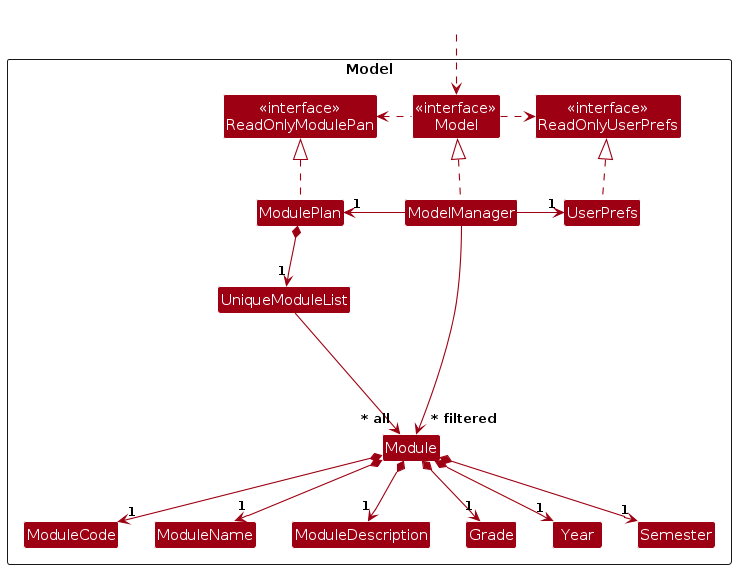
Before: diagrams/ModelClassDiagram.png, a diagram exported from PlantUML (AY2324S1-CS2103T-T13-0/tp). Its source is kept beside it as diagrams/ModelClassDiagram.puml. The source it was exported from:
```plantuml
@startuml
!include style.puml
skinparam arrowThickness 1.1
skinparam arrowColor MODEL_COLOR
skinparam classBackgroundColor MODEL_COLOR

Package Model as ModelPackage <<Rectangle>>{
Class "<<interface>>\nReadOnlyModulePan" as ReadOnlyModulePlan
Class "<<interface>>\nReadOnlyUserPrefs" as ReadOnlyUserPrefs
Class "<<interface>>\nModel" as Model
Class ModulePlan
Class ModelManager
Class UserPrefs

Class UniqueModuleList
Class Module
Class ModuleDescription
Class Grade
Class ModuleCode
Class ModuleName
Class Year
Class Semester

Class I #FFFFFF
}

Class HiddenOutside #FFFFFF
HiddenOutside ..> Model

ModulePlan .up.|> ReadOnlyModulePlan

ModelManager .up.|> Model
Model .right.> ReadOnlyUserPrefs
Model .left.> ReadOnlyModulePlan
ModelManager -left-> "1" ModulePlan
ModelManager -right-> "1" UserPrefs
UserPrefs .up.|> ReadOnlyUserPrefs

ModulePlan *--> "1" UniqueModuleList
UniqueModuleList --> "~* all" Module
Module *--> "1" ModuleCode
Module *--> "1" ModuleName
Module *--> "1" Grade
Module *--> "1" ModuleDescription
Module *--> "1" Year
Module *--> "1" Semester

Module -[hidden]up--> I
UniqueModuleList -[hidden]right-> I

ModuleCode -[hidden]right-> ModuleName
ModuleName -[hidden]right-> ModuleDescription
ModuleDescription -[hidden]right-> Grade

ModelManager --> "~* filtered" Module
@enduml
```
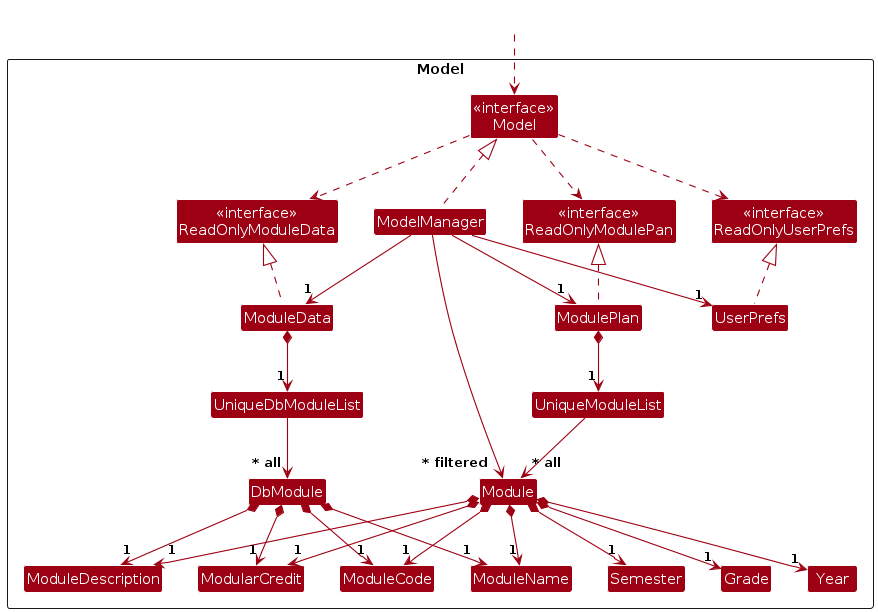
After the change.

What changed in the source:
```diff
@@ -7,14 +7,21 @@
 Package Model as ModelPackage <<Rectangle>>{
 Class "<<interface>>\nReadOnlyModulePan" as ReadOnlyModulePlan
 Class "<<interface>>\nReadOnlyUserPrefs" as ReadOnlyUserPrefs
+Class "<<interface>>\nReadOnlyModuleData" as ReadOnlyModuleData
 Class "<<interface>>\nModel" as Model
 Class ModulePlan
 Class ModelManager
 Class UserPrefs
+Class ModuleData
+Class ReadOnlyModulePlan
+Class ReadOnlyUserPrefs
 
 Class UniqueModuleList
+Class UniqueDbModuleList
 Class Module
+Class DbModule
 Class ModuleDescription
+Class ModularCredit
 Class Grade
 Class ModuleCode
 Class ModuleName
@@ -30,27 +37,42 @@
 ModulePlan .up.|> ReadOnlyModulePlan
 
 ModelManager .up.|> Model
-Model .right.> ReadOnlyUserPrefs
-Model .left.> ReadOnlyModulePlan
-ModelManager -left-> "1" ModulePlan
-ModelManager -right-> "1" UserPrefs
+Model .down.> ReadOnlyUserPrefs
+Model .down.> ReadOnlyModulePlan
+Model .down.> ReadOnlyModuleData
+ModelManager -down-> "1" ModulePlan
+ModelManager -down-> "1" UserPrefs
+ModelManager -down-> "1" ModuleData
+ModuleData .up.|> ReadOnlyModuleData
 UserPrefs .up.|> ReadOnlyUserPrefs
 
 ModulePlan *--> "1" UniqueModuleList
+ModuleData *--> "1" UniqueDbModuleList
+UniqueDbModuleList --> "~* all" DbModule
 UniqueModuleList --> "~* all" Module
+
 Module *--> "1" ModuleCode
 Module *--> "1" ModuleName
+Module *--> "1" ModularCredit
 Module *--> "1" Grade
 Module *--> "1" ModuleDescription
 Module *--> "1" Year
 Module *--> "1" Semester
 
+DbModule *--> "1" ModuleCode
+DbModule *--> "1" ModuleName
+DbModule *--> "1" ModularCredit
+DbModule *--> "1" ModuleDescription
+
 Module -[hidden]up--> I
-UniqueModuleList -[hidden]right-> I
+
+ReadOnlyModuleData -[hidden]right--> ReadOnlyModulePlan
+ReadOnlyModulePlan -[hidden]right--> ModelManager
+ModelManager -[hidden]right--> ReadOnlyUserPrefs
 
 ModuleCode -[hidden]right-> ModuleName
 ModuleName -[hidden]right-> ModuleDescription
-ModuleDescription -[hidden]right-> Grade
+ModuleDescription -[hidden]right-> ModularCredit
 
 ModelManager --> "~* filtered" Module
 @enduml
```
